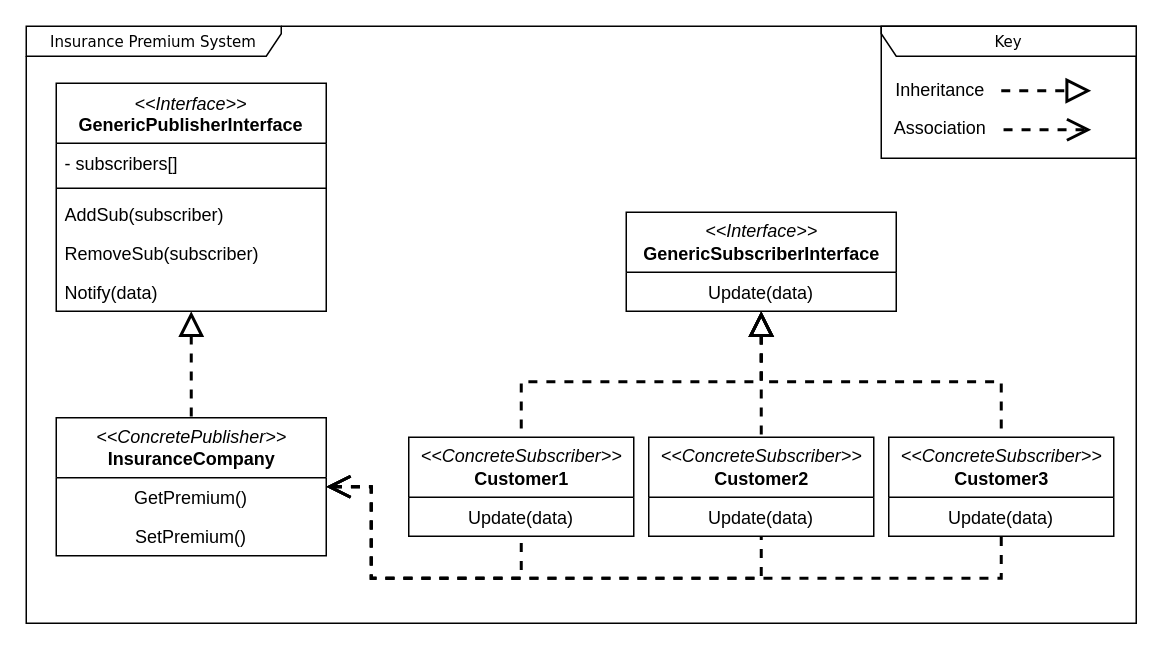
Before: Xavier_COM6031_Observer-Pattern-UML.drawio in Caxaho/Xavier-COM6031-CW1-Code, a draw.io diagram. Source tidied: cells renumbered, new cells numbered last; positions are measured from the earlier drawing's top-left corner, leaving out a move shared by most shapes. Both pictures are drawn from the tidied source at 150%, with x=0, y=0 at pixel (26, 26).
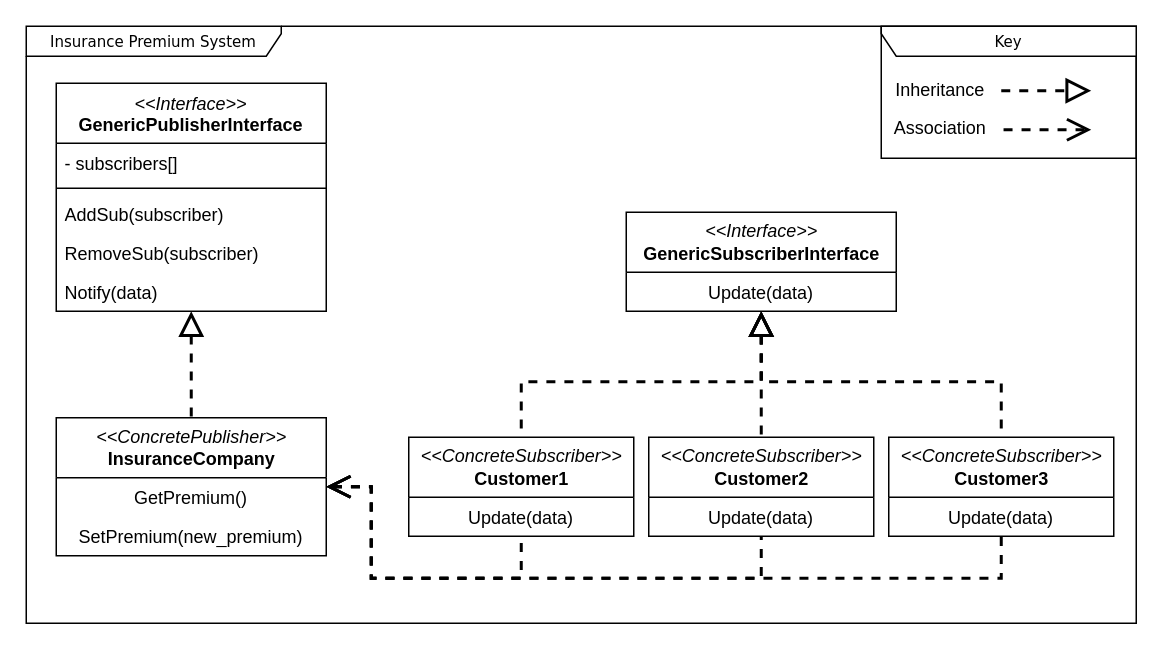
The same page after the edit.

Commit message (it also covers changes not shown here):
Fixed error in Scenario 2 UML + Added comments

Unchanged cells that the change refers to:
```xml
<mxCell id="5" value="&lt;i style=&quot;font-family: Helvetica; font-size: 12px;&quot;&gt;&amp;lt;&amp;lt;ConcretePublisher&amp;gt;&amp;gt;&lt;/i&gt;&lt;br style=&quot;font-family: Helvetica; font-size: 12px;&quot;&gt;&lt;font face=&quot;Helvetica&quot;&gt;&lt;span style=&quot;font-size: 12px;&quot;&gt;&lt;b&gt;InsuranceCompany&lt;/b&gt;&lt;/span&gt;&lt;/font&gt;" style="swimlane;html=1;fontStyle=0;horizontal=1;startSize=40;fillColor=none;swimlaneFillColor=#ffffff;rounded=0;shadow=0;comic=0;labelBackgroundColor=none;strokeWidth=1;fontFamily=Verdana;fontSize=10;align=center;" parent="1" vertex="1">
  <mxGeometry x="20" y="261" width="180" height="92" as="geometry" />
</mxCell>
```

What changed in the source:
```diff
@@
-    <mxCell id="7" value="SetPremium()" style="text;html=1;strokeColor=none;fillColor=none;align=center;verticalAlign=top;spacingLeft=4;spacingRight=4;whiteSpace=wrap;overflow=hidden;" parent="5" vertex="1">
+    <mxCell id="7" value="SetPremium(new_premium)" style="text;html=1;strokeColor=none;fillColor=none;align=center;verticalAlign=top;spacingLeft=4;spacingRight=4;whiteSpace=wrap;overflow=hidden;" parent="5" vertex="1">
       <mxGeometry y="66" width="180" height="26" as="geometry" />
     </mxCell>
```
